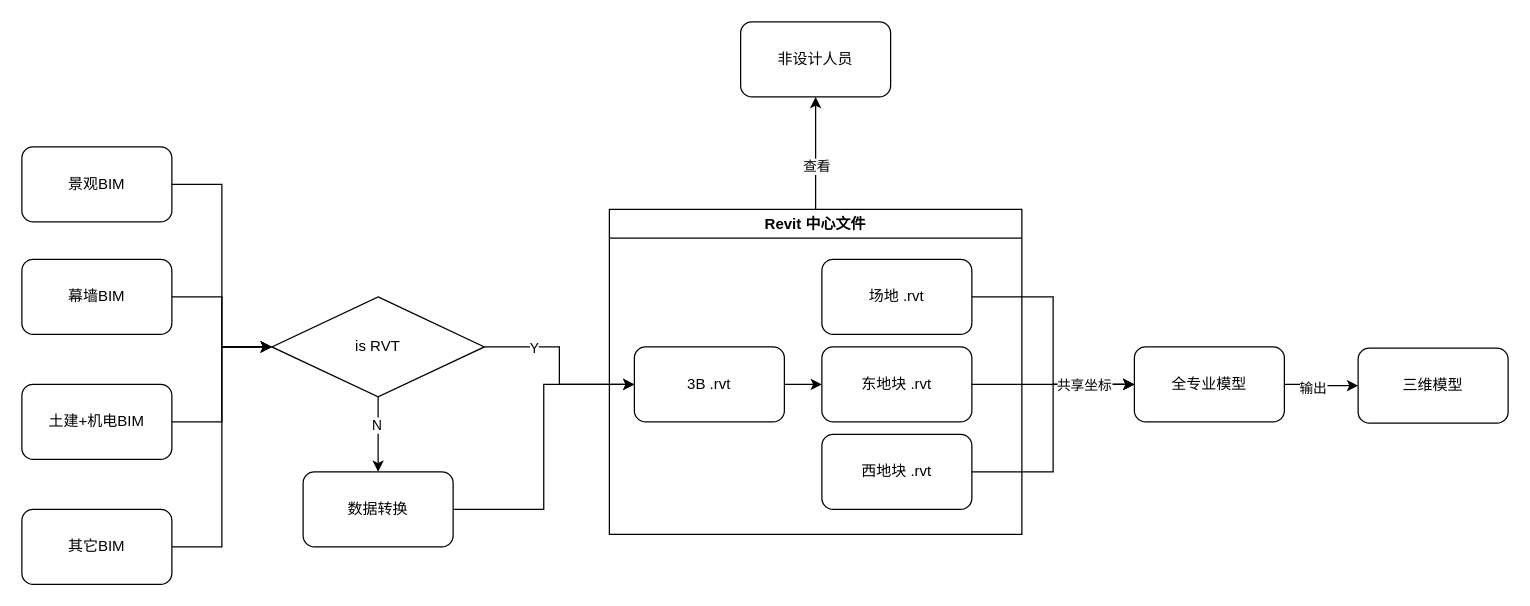
Before: 未命名绘图.drawio in gaochaowyq/MinderGraph, a draw.io diagram. Source tidied: cells renumbered, new cells numbered last; positions are measured from the earlier drawing's top-left corner, leaving out a move shared by most shapes. Both pictures are drawn from the tidied source at 125%, with x=0, y=0 at pixel (21, 21).
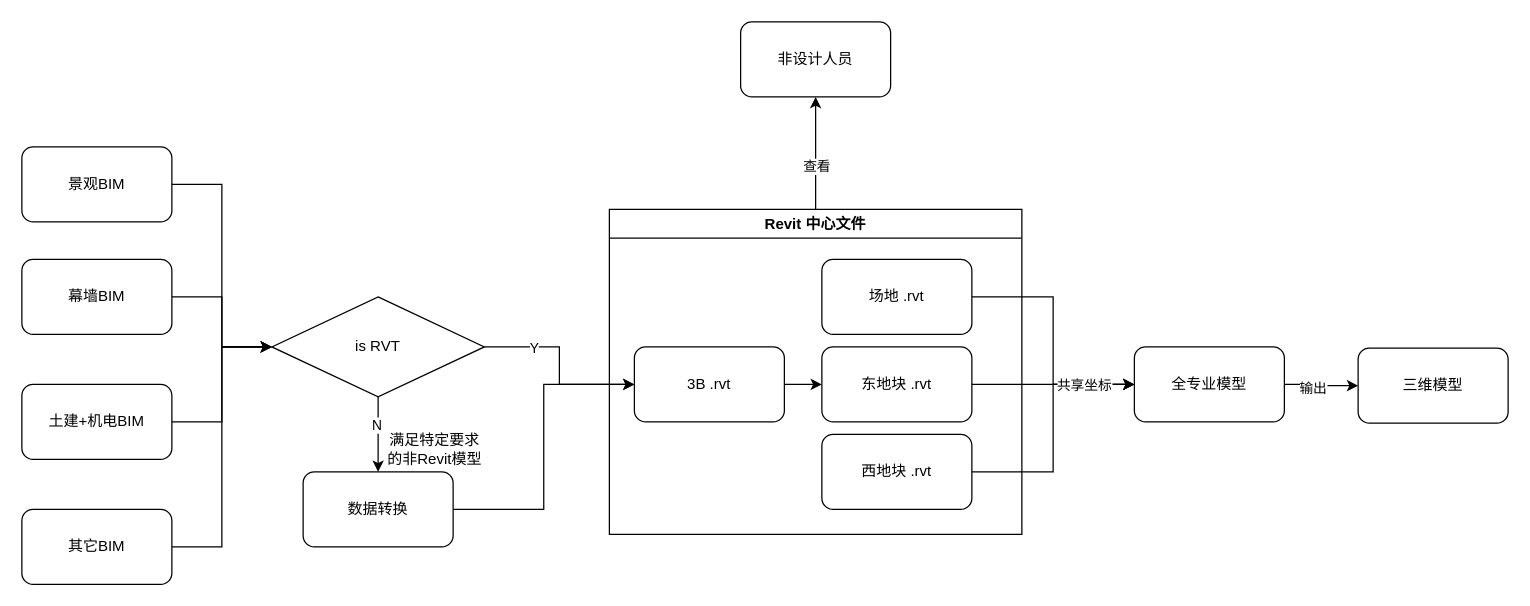
The same diagram, later.

Commit message (it also covers changes not shown here):
更新未命名绘图.drawio

What changed in the source:
```diff
@@
+    <mxCell id="34" value="满足特定要求的非Revit模型" style="text;html=1;strokeColor=none;fillColor=none;align=center;verticalAlign=middle;whiteSpace=wrap;rounded=0;" parent="1" vertex="1">
+      <mxGeometry x="289" y="327" width="83" height="30" as="geometry" />
+    </mxCell>
```
